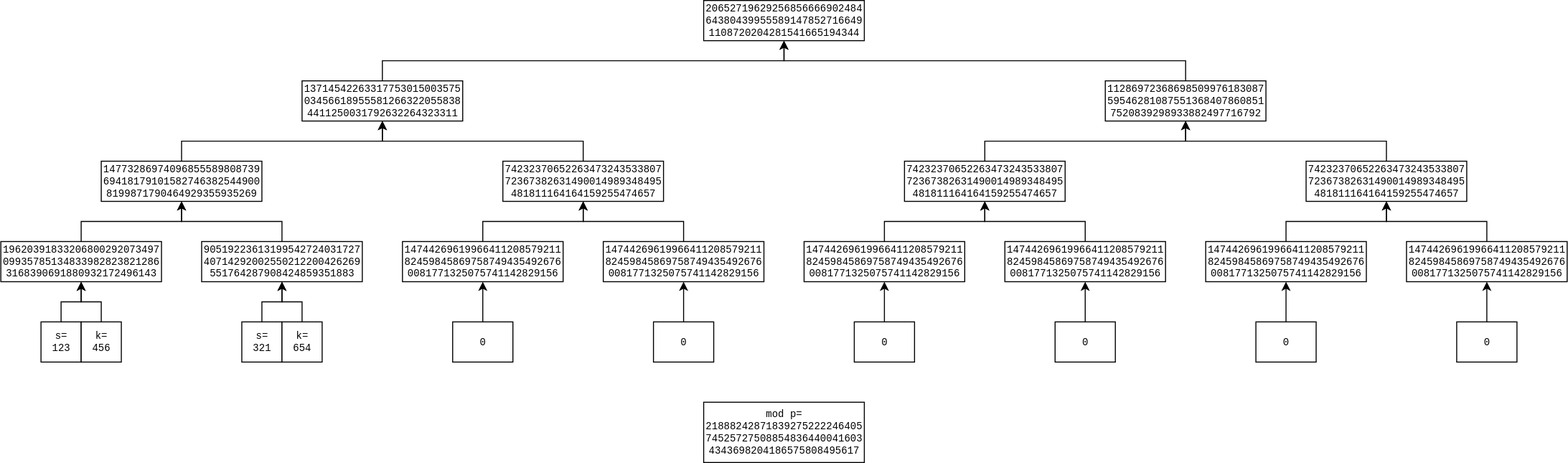
Before: 5/diag.drawio.svg, a diagram exported from draw.io (anon160339/bsd_lab). Source tidied: cells renumbered, new cells last; positions are measured from the earlier drawing's top-left corner, leaving out a move shared by most shapes.
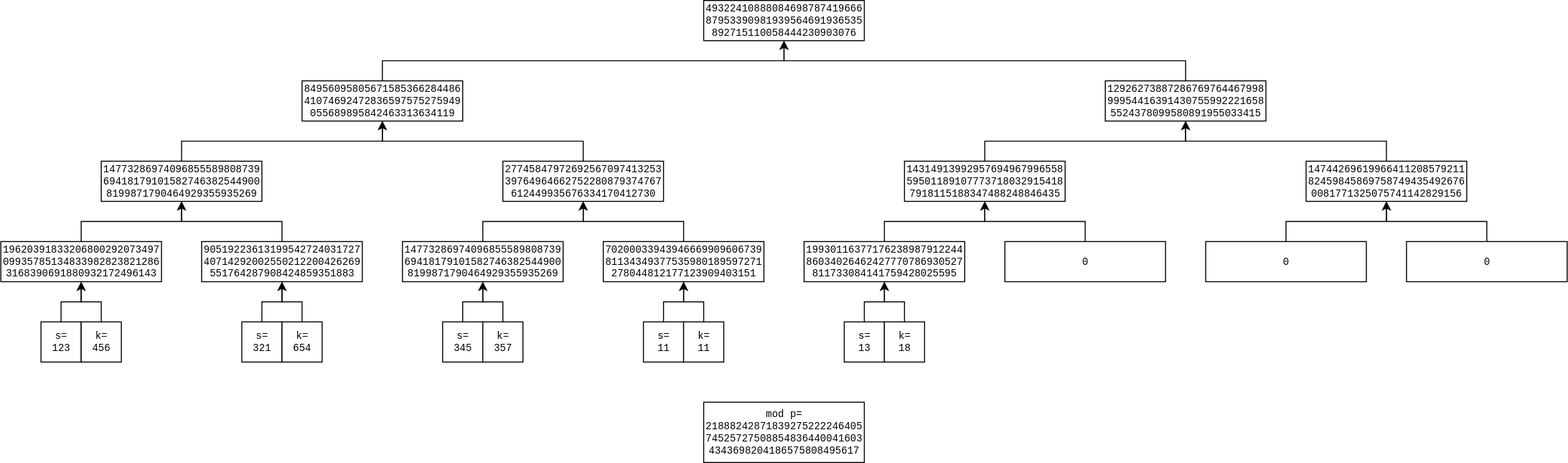
Above is the later version.

Diff of the diagram source:
```diff
@@ -22,11 +22,5 @@
     </mxCell>
-    <mxCell id="8" value="&lt;div&gt;14744269619966411208579211&lt;/div&gt;&lt;div&gt;82459845869758749435492676&lt;/div&gt;&lt;div&gt;0081771325075741142829156&lt;/div&gt;" style="align=center;verticalAlign=middle;fontSize=10;horizontal=1;labelBorderColor=none;labelBackgroundColor=none;textShadow=0;html=1;whiteSpace=wrap;convertToSvg=0;word-wrap:anywhere;fontFamily=monospace;" parent="1" vertex="1">
+    <mxCell id="8" value="&lt;div&gt;14773286974096855589808739&lt;/div&gt;&lt;div&gt;69418179101582746382544900&lt;/div&gt;&lt;div&gt;8199871790464929355935269&lt;/div&gt;" style="align=center;verticalAlign=middle;fontSize=10;horizontal=1;labelBorderColor=none;labelBackgroundColor=none;textShadow=0;html=1;whiteSpace=wrap;convertToSvg=0;word-wrap:anywhere;fontFamily=monospace;" parent="1" vertex="1">
       <mxGeometry x="400" y="240" width="160" height="40" as="geometry" />
     </mxCell>
-    <mxCell id="9" style="edgeStyle=orthogonalEdgeStyle;rounded=0;jettySize=auto;html=1;entryX=0.5;entryY=1;entryDx=0;entryDy=0;fontFamily=monospace;fontSize=10;fontColor=default;labelBorderColor=none;labelBackgroundColor=none;horizontal=1;" parent="1" edge="1" source="10" target="8">
-      <mxGeometry relative="1" as="geometry" />
-    </mxCell>
-    <mxCell id="10" value="0" style="align=center;verticalAlign=middle;fontSize=10;horizontal=1;labelBorderColor=none;labelBackgroundColor=none;textShadow=0;html=1;whiteSpace=wrap;convertToSvg=0;word-wrap:anywhere;fontFamily=monospace;" parent="1" vertex="1">
-      <mxGeometry x="450" y="320" width="60" height="40" as="geometry" />
-    </mxCell>
     <mxCell id="11" style="edgeStyle=orthogonalEdgeStyle;rounded=0;jettySize=auto;html=1;entryX=0.5;entryY=1;entryDx=0;entryDy=0;fontFamily=monospace;fontSize=10;fontColor=default;labelBorderColor=none;labelBackgroundColor=none;horizontal=1;" parent="1" edge="1" source="12" target="16">
@@ -63,3 +57,3 @@
     </mxCell>
-    <mxCell id="20" value="&lt;div&gt;14773286974096855589808739&lt;/div&gt;&lt;div&gt;69418179101582746382544900&lt;/div&gt;&lt;div&gt;8199871790464929355935269&lt;/div&gt;" style="align=center;verticalAlign=middle;fontSize=10;horizontal=1;labelBorderColor=none;labelBackgroundColor=none;textShadow=0;html=1;whiteSpace=wrap;convertToSvg=0;word-wrap:anywhere;fontFamily=monospace;" parent="1" vertex="1">
+    <mxCell id="20" value="14773286974096855589808739&lt;div&gt;69418179101582746382544900&lt;/div&gt;&lt;div&gt;8199871790464929355935269&lt;/div&gt;" style="align=center;verticalAlign=middle;fontSize=10;horizontal=1;labelBorderColor=none;labelBackgroundColor=none;textShadow=0;html=1;whiteSpace=wrap;convertToSvg=0;word-wrap:anywhere;fontFamily=monospace;" parent="1" vertex="1">
       <mxGeometry x="100" y="160" width="160" height="40" as="geometry" />
@@ -74,3 +68,3 @@
     </mxCell>
-    <mxCell id="22" value="&lt;div&gt;13714542263317753015003575&lt;/div&gt;&lt;div&gt;03456618955581266322055838&lt;/div&gt;&lt;div&gt;4411250031792632264323311&lt;/div&gt;" style="align=center;verticalAlign=middle;fontSize=10;horizontal=1;labelBorderColor=none;labelBackgroundColor=none;textShadow=0;html=1;whiteSpace=wrap;convertToSvg=0;word-wrap:anywhere;fontFamily=monospace;" parent="1" vertex="1">
+    <mxCell id="22" value="84956095805671585366284486&lt;div&gt;41074692472836597575275949&lt;/div&gt;&lt;div&gt;055689895842463313634119&lt;/div&gt;" style="align=center;verticalAlign=middle;fontSize=10;horizontal=1;labelBorderColor=none;labelBackgroundColor=none;textShadow=0;html=1;whiteSpace=wrap;convertToSvg=0;word-wrap:anywhere;fontFamily=monospace;" parent="1" vertex="1">
       <mxGeometry x="300" y="80" width="160" height="40" as="geometry" />
@@ -80,11 +74,5 @@
     </mxCell>
-    <mxCell id="24" value="&lt;div&gt;14744269619966411208579211&lt;/div&gt;&lt;div&gt;82459845869758749435492676&lt;/div&gt;&lt;div&gt;0081771325075741142829156&lt;/div&gt;" style="align=center;verticalAlign=middle;fontSize=10;horizontal=1;labelBorderColor=none;labelBackgroundColor=none;textShadow=0;html=1;whiteSpace=wrap;convertToSvg=0;word-wrap:anywhere;fontFamily=monospace;" parent="1" vertex="1">
+    <mxCell id="24" value="70200033943946669909606739&lt;div&gt;81134349377535980189597271&lt;/div&gt;&lt;div&gt;278044812177123909403151&lt;/div&gt;" style="align=center;verticalAlign=middle;fontSize=10;horizontal=1;labelBorderColor=none;labelBackgroundColor=none;textShadow=0;html=1;whiteSpace=wrap;convertToSvg=0;word-wrap:anywhere;fontFamily=monospace;" parent="1" vertex="1">
       <mxGeometry x="600" y="240" width="160" height="40" as="geometry" />
     </mxCell>
-    <mxCell id="25" style="edgeStyle=orthogonalEdgeStyle;rounded=0;jettySize=auto;html=1;entryX=0.5;entryY=1;entryDx=0;entryDy=0;fontFamily=monospace;fontSize=10;fontColor=default;labelBorderColor=none;labelBackgroundColor=none;horizontal=1;" parent="1" edge="1" source="26" target="24">
-      <mxGeometry relative="1" as="geometry" />
-    </mxCell>
-    <mxCell id="26" value="0" style="align=center;verticalAlign=middle;fontSize=10;horizontal=1;labelBorderColor=none;labelBackgroundColor=none;textShadow=0;html=1;whiteSpace=wrap;convertToSvg=0;word-wrap:anywhere;fontFamily=monospace;" parent="1" vertex="1">
-      <mxGeometry x="650" y="320" width="60" height="40" as="geometry" />
-    </mxCell>
     <mxCell id="27" style="edgeStyle=orthogonalEdgeStyle;rounded=0;jettySize=auto;html=1;entryX=0.5;entryY=1;entryDx=0;entryDy=0;fontFamily=monospace;fontSize=10;fontColor=default;labelBorderColor=none;labelBackgroundColor=none;horizontal=1;" parent="1" edge="1" source="28" target="22">
@@ -97,3 +85,3 @@
     </mxCell>
-    <mxCell id="28" value="&lt;div&gt;74232370652263473243533807&lt;/div&gt;&lt;div&gt;72367382631490014989348495&lt;/div&gt;&lt;div&gt;481811164164159255474657&lt;/div&gt;" style="align=center;verticalAlign=middle;fontSize=10;horizontal=1;labelBorderColor=none;labelBackgroundColor=none;textShadow=0;html=1;whiteSpace=wrap;convertToSvg=0;word-wrap:anywhere;fontFamily=monospace;" parent="1" vertex="1">
+    <mxCell id="28" value="27745847972692567097413253&lt;div&gt;39764964662752280879374767&lt;/div&gt;&lt;div&gt;612449935676334170412730&lt;/div&gt;" style="align=center;verticalAlign=middle;fontSize=10;horizontal=1;labelBorderColor=none;labelBackgroundColor=none;textShadow=0;html=1;whiteSpace=wrap;convertToSvg=0;word-wrap:anywhere;fontFamily=monospace;" parent="1" vertex="1">
       <mxGeometry x="500" y="160" width="160" height="40" as="geometry" />
@@ -103,11 +91,5 @@
     </mxCell>
-    <mxCell id="30" value="&lt;div&gt;14744269619966411208579211&lt;/div&gt;&lt;div&gt;82459845869758749435492676&lt;/div&gt;&lt;div&gt;0081771325075741142829156&lt;/div&gt;" style="align=center;verticalAlign=middle;fontSize=10;horizontal=1;labelBorderColor=none;labelBackgroundColor=none;textShadow=0;html=1;whiteSpace=wrap;convertToSvg=0;word-wrap:anywhere;fontFamily=monospace;" parent="1" vertex="1">
+    <mxCell id="30" value="&lt;div&gt;19930116377176238987912244&lt;/div&gt;&lt;div&gt;86034026462427770786930527&lt;/div&gt;&lt;div&gt;811733084141759428025595&lt;/div&gt;" style="align=center;verticalAlign=middle;fontSize=10;horizontal=1;labelBorderColor=none;labelBackgroundColor=none;textShadow=0;html=1;whiteSpace=wrap;convertToSvg=0;word-wrap:anywhere;fontFamily=monospace;" parent="1" vertex="1">
       <mxGeometry x="800" y="240" width="160" height="40" as="geometry" />
     </mxCell>
-    <mxCell id="31" style="edgeStyle=orthogonalEdgeStyle;rounded=0;jettySize=auto;html=1;entryX=0.5;entryY=1;entryDx=0;entryDy=0;fontFamily=monospace;fontSize=10;fontColor=default;labelBorderColor=none;labelBackgroundColor=none;horizontal=1;" parent="1" edge="1" source="32" target="30">
-      <mxGeometry relative="1" as="geometry" />
-    </mxCell>
-    <mxCell id="32" value="0" style="align=center;verticalAlign=middle;fontSize=10;horizontal=1;labelBorderColor=none;labelBackgroundColor=none;textShadow=0;html=1;whiteSpace=wrap;convertToSvg=0;word-wrap:anywhere;fontFamily=monospace;" parent="1" vertex="1">
-      <mxGeometry x="850" y="320" width="60" height="40" as="geometry" />
-    </mxCell>
     <mxCell id="33" style="edgeStyle=orthogonalEdgeStyle;rounded=0;jettySize=auto;html=1;entryX=0.5;entryY=1;entryDx=0;entryDy=0;fontFamily=monospace;fontSize=10;fontColor=default;labelBorderColor=none;labelBackgroundColor=none;horizontal=1;" parent="1" edge="1" source="34" target="38">
@@ -115,11 +97,5 @@
     </mxCell>
-    <mxCell id="34" value="&lt;div&gt;14744269619966411208579211&lt;/div&gt;&lt;div&gt;82459845869758749435492676&lt;/div&gt;&lt;div&gt;0081771325075741142829156&lt;/div&gt;" style="align=center;verticalAlign=middle;fontSize=10;horizontal=1;labelBorderColor=none;labelBackgroundColor=none;textShadow=0;html=1;whiteSpace=wrap;convertToSvg=0;word-wrap:anywhere;fontFamily=monospace;" parent="1" vertex="1">
+    <mxCell id="34" value="&lt;div&gt;0&lt;/div&gt;" style="align=center;verticalAlign=middle;fontSize=10;horizontal=1;labelBorderColor=none;labelBackgroundColor=none;textShadow=0;html=1;whiteSpace=wrap;convertToSvg=0;word-wrap:anywhere;fontFamily=monospace;" parent="1" vertex="1">
       <mxGeometry x="1000" y="240" width="160" height="40" as="geometry" />
     </mxCell>
-    <mxCell id="35" style="edgeStyle=orthogonalEdgeStyle;rounded=0;jettySize=auto;html=1;entryX=0.5;entryY=1;entryDx=0;entryDy=0;fontFamily=monospace;fontSize=10;fontColor=default;labelBorderColor=none;labelBackgroundColor=none;horizontal=1;" parent="1" edge="1" source="36" target="34">
-      <mxGeometry relative="1" as="geometry" />
-    </mxCell>
-    <mxCell id="36" value="0" style="align=center;verticalAlign=middle;fontSize=10;horizontal=1;labelBorderColor=none;labelBackgroundColor=none;textShadow=0;html=1;whiteSpace=wrap;convertToSvg=0;word-wrap:anywhere;fontFamily=monospace;" parent="1" vertex="1">
-      <mxGeometry x="1050" y="320" width="60" height="40" as="geometry" />
-    </mxCell>
     <mxCell id="37" style="edgeStyle=orthogonalEdgeStyle;rounded=0;jettySize=auto;html=1;entryX=0.5;entryY=1;entryDx=0;entryDy=0;fontFamily=monospace;fontSize=10;fontColor=default;labelBorderColor=none;labelBackgroundColor=none;horizontal=1;" parent="1" edge="1" source="38" target="50">
@@ -132,3 +108,3 @@
     </mxCell>
-    <mxCell id="38" value="&lt;div&gt;74232370652263473243533807&lt;/div&gt;&lt;div&gt;72367382631490014989348495&lt;/div&gt;&lt;div&gt;481811164164159255474657&lt;/div&gt;" style="align=center;verticalAlign=middle;fontSize=10;horizontal=1;labelBorderColor=none;labelBackgroundColor=none;textShadow=0;html=1;whiteSpace=wrap;convertToSvg=0;word-wrap:anywhere;fontFamily=monospace;" parent="1" vertex="1">
+    <mxCell id="38" value="14314913992957694967996558&lt;div&gt;59501189107773718032915418&lt;/div&gt;&lt;div&gt;7918115188347488248846435&lt;/div&gt;" style="align=center;verticalAlign=middle;fontSize=10;horizontal=1;labelBorderColor=none;labelBackgroundColor=none;textShadow=0;html=1;whiteSpace=wrap;convertToSvg=0;word-wrap:anywhere;fontFamily=monospace;" parent="1" vertex="1">
       <mxGeometry x="900" y="160" width="160" height="40" as="geometry" />
@@ -138,11 +114,5 @@
     </mxCell>
-    <mxCell id="40" value="&lt;div&gt;14744269619966411208579211&lt;/div&gt;&lt;div&gt;82459845869758749435492676&lt;/div&gt;&lt;div&gt;0081771325075741142829156&lt;/div&gt;" style="align=center;verticalAlign=middle;fontSize=10;horizontal=1;labelBorderColor=none;labelBackgroundColor=none;textShadow=0;html=1;whiteSpace=wrap;convertToSvg=0;word-wrap:anywhere;fontFamily=monospace;" parent="1" vertex="1">
+    <mxCell id="40" value="&lt;div&gt;0&lt;/div&gt;" style="align=center;verticalAlign=middle;fontSize=10;horizontal=1;labelBorderColor=none;labelBackgroundColor=none;textShadow=0;html=1;whiteSpace=wrap;convertToSvg=0;word-wrap:anywhere;fontFamily=monospace;" parent="1" vertex="1">
       <mxGeometry x="1200" y="240" width="160" height="40" as="geometry" />
     </mxCell>
-    <mxCell id="41" style="edgeStyle=orthogonalEdgeStyle;rounded=0;jettySize=auto;html=1;entryX=0.5;entryY=1;entryDx=0;entryDy=0;fontFamily=monospace;fontSize=10;fontColor=default;labelBorderColor=none;labelBackgroundColor=none;horizontal=1;" parent="1" edge="1" source="42" target="40">
-      <mxGeometry relative="1" as="geometry" />
-    </mxCell>
-    <mxCell id="42" value="0" style="align=center;verticalAlign=middle;fontSize=10;horizontal=1;labelBorderColor=none;labelBackgroundColor=none;textShadow=0;html=1;whiteSpace=wrap;convertToSvg=0;word-wrap:anywhere;fontFamily=monospace;" parent="1" vertex="1">
-      <mxGeometry x="1250" y="320" width="60" height="40" as="geometry" />
-    </mxCell>
     <mxCell id="43" style="edgeStyle=orthogonalEdgeStyle;rounded=0;jettySize=auto;html=1;entryX=0.5;entryY=1;entryDx=0;entryDy=0;fontFamily=monospace;fontSize=10;fontColor=default;labelBorderColor=none;labelBackgroundColor=none;horizontal=1;" parent="1" edge="1" source="44" target="48">
@@ -150,11 +120,5 @@
     </mxCell>
-    <mxCell id="44" value="&lt;div&gt;14744269619966411208579211&lt;/div&gt;&lt;div&gt;82459845869758749435492676&lt;/div&gt;&lt;div&gt;0081771325075741142829156&lt;/div&gt;" style="align=center;verticalAlign=middle;fontSize=10;horizontal=1;labelBorderColor=none;labelBackgroundColor=none;textShadow=0;html=1;whiteSpace=wrap;convertToSvg=0;word-wrap:anywhere;fontFamily=monospace;" parent="1" vertex="1">
+    <mxCell id="44" value="&lt;div&gt;0&lt;/div&gt;" style="align=center;verticalAlign=middle;fontSize=10;horizontal=1;labelBorderColor=none;labelBackgroundColor=none;textShadow=0;html=1;whiteSpace=wrap;convertToSvg=0;word-wrap:anywhere;fontFamily=monospace;" parent="1" vertex="1">
       <mxGeometry x="1400" y="240" width="160" height="40" as="geometry" />
     </mxCell>
-    <mxCell id="45" style="edgeStyle=orthogonalEdgeStyle;rounded=0;jettySize=auto;html=1;entryX=0.5;entryY=1;entryDx=0;entryDy=0;fontFamily=monospace;fontSize=10;fontColor=default;labelBorderColor=none;labelBackgroundColor=none;horizontal=1;" parent="1" edge="1" source="46" target="44">
-      <mxGeometry relative="1" as="geometry" />
-    </mxCell>
-    <mxCell id="46" value="0" style="align=center;verticalAlign=middle;fontSize=10;horizontal=1;labelBorderColor=none;labelBackgroundColor=none;textShadow=0;html=1;whiteSpace=wrap;convertToSvg=0;word-wrap:anywhere;fontFamily=monospace;" parent="1" vertex="1">
-      <mxGeometry x="1450" y="320" width="60" height="40" as="geometry" />
-    </mxCell>
     <mxCell id="47" style="edgeStyle=orthogonalEdgeStyle;rounded=0;jettySize=auto;html=1;entryX=0.5;entryY=1;entryDx=0;entryDy=0;fontFamily=monospace;fontSize=10;fontColor=default;labelBorderColor=none;labelBackgroundColor=none;horizontal=1;" parent="1" edge="1" source="48" target="50">
@@ -167,3 +131,3 @@
     </mxCell>
-    <mxCell id="48" value="&lt;div&gt;74232370652263473243533807&lt;/div&gt;&lt;div&gt;72367382631490014989348495&lt;/div&gt;&lt;div&gt;481811164164159255474657&lt;/div&gt;" style="align=center;verticalAlign=middle;fontSize=10;horizontal=1;labelBorderColor=none;labelBackgroundColor=none;textShadow=0;html=1;whiteSpace=wrap;convertToSvg=0;word-wrap:anywhere;fontFamily=monospace;" parent="1" vertex="1">
+    <mxCell id="48" value="14744269619966411208579211&lt;div&gt;82459845869758749435492676&lt;/div&gt;&lt;div&gt;0081771325075741142829156&lt;/div&gt;" style="align=center;verticalAlign=middle;fontSize=10;horizontal=1;labelBorderColor=none;labelBackgroundColor=none;textShadow=0;html=1;whiteSpace=wrap;convertToSvg=0;word-wrap:anywhere;fontFamily=monospace;" parent="1" vertex="1">
       <mxGeometry x="1300" y="160" width="160" height="40" as="geometry" />
@@ -178,8 +142,44 @@
     </mxCell>
-    <mxCell id="50" value="&lt;div&gt;11286972368698509976183087&lt;/div&gt;&lt;div&gt;59546281087551368407860851&lt;/div&gt;&lt;div&gt;7520839298933882497716792&lt;/div&gt;" style="align=center;verticalAlign=middle;fontSize=10;horizontal=1;labelBorderColor=none;labelBackgroundColor=none;textShadow=0;html=1;whiteSpace=wrap;convertToSvg=0;word-wrap:anywhere;fontFamily=monospace;" parent="1" vertex="1">
+    <mxCell id="50" value="12926273887286769764467998&lt;div&gt;99954416391430755992221658&lt;/div&gt;&lt;div&gt;5524378099580891955033415&lt;/div&gt;" style="align=center;verticalAlign=middle;fontSize=10;horizontal=1;labelBorderColor=none;labelBackgroundColor=none;textShadow=0;html=1;whiteSpace=wrap;convertToSvg=0;word-wrap:anywhere;fontFamily=monospace;" parent="1" vertex="1">
       <mxGeometry x="1100" y="80" width="160" height="40" as="geometry" />
     </mxCell>
-    <mxCell id="51" value="&lt;div&gt;20652719629256856666902484&lt;/div&gt;&lt;div&gt;64380439955589147852716649&lt;/div&gt;&lt;div&gt;1108720204281541665194344&lt;/div&gt;" style="align=center;verticalAlign=middle;fontSize=10;horizontal=1;labelBorderColor=none;labelBackgroundColor=none;textShadow=0;html=1;whiteSpace=wrap;convertToSvg=0;word-wrap:anywhere;fontFamily=monospace;" parent="1" vertex="1">
+    <mxCell id="51" value="49322410888084698787419666&lt;div&gt;87953390981939564691936535&lt;/div&gt;&lt;div&gt;892715110058444230903076&lt;/div&gt;" style="align=center;verticalAlign=middle;fontSize=10;horizontal=1;labelBorderColor=none;labelBackgroundColor=none;textShadow=0;html=1;whiteSpace=wrap;convertToSvg=0;word-wrap:anywhere;fontFamily=monospace;" parent="1" vertex="1">
       <mxGeometry x="700" width="160" height="40" as="geometry" />
     </mxCell>
+    <mxCell id="52" style="edgeStyle=orthogonalEdgeStyle;rounded=0;jettySize=auto;html=1;entryX=0.5;entryY=1;entryDx=0;entryDy=0;fontFamily=monospace;fontSize=10;fontColor=default;labelBorderColor=none;labelBackgroundColor=none;horizontal=1;" parent="1" edge="1" source="53" target="8">
+      <mxGeometry relative="1" as="geometry" />
+    </mxCell>
+    <mxCell id="53" value="&lt;div&gt;s=&lt;/div&gt;345" style="align=center;verticalAlign=middle;fontSize=10;horizontal=1;labelBorderColor=none;labelBackgroundColor=none;textShadow=0;html=1;whiteSpace=wrap;convertToSvg=0;word-wrap:anywhere;fontFamily=monospace;" parent="1" vertex="1">
+      <mxGeometry x="440" y="320" width="40" height="40" as="geometry" />
+    </mxCell>
+    <mxCell id="54" style="edgeStyle=orthogonalEdgeStyle;rounded=0;jettySize=auto;html=1;entryX=0.5;entryY=1;entryDx=0;entryDy=0;fontFamily=monospace;fontSize=10;fontColor=default;labelBorderColor=none;labelBackgroundColor=none;horizontal=1;" parent="1" edge="1" source="55" target="8">
+      <mxGeometry relative="1" as="geometry" />
+    </mxCell>
+    <mxCell id="55" value="&lt;div&gt;k=&lt;/div&gt;357" style="align=center;verticalAlign=middle;fontSize=10;horizontal=1;labelBorderColor=none;labelBackgroundColor=none;textShadow=0;html=1;whiteSpace=wrap;convertToSvg=0;word-wrap:anywhere;fontFamily=monospace;" parent="1" vertex="1">
+      <mxGeometry x="480" y="320" width="40" height="40" as="geometry" />
+    </mxCell>
+    <mxCell id="56" style="edgeStyle=orthogonalEdgeStyle;rounded=0;jettySize=auto;html=1;entryX=0.5;entryY=1;entryDx=0;entryDy=0;fontFamily=monospace;fontSize=10;fontColor=default;labelBorderColor=none;labelBackgroundColor=none;horizontal=1;" parent="1" edge="1" source="57" target="24">
+      <mxGeometry relative="1" as="geometry" />
+    </mxCell>
+    <mxCell id="57" value="&lt;div&gt;s=&lt;/div&gt;11" style="align=center;verticalAlign=middle;fontSize=10;horizontal=1;labelBorderColor=none;labelBackgroundColor=none;textShadow=0;html=1;whiteSpace=wrap;convertToSvg=0;word-wrap:anywhere;fontFamily=monospace;" parent="1" vertex="1">
+      <mxGeometry x="640" y="320" width="40" height="40" as="geometry" />
+    </mxCell>
+    <mxCell id="58" style="edgeStyle=orthogonalEdgeStyle;rounded=0;jettySize=auto;html=1;entryX=0.5;entryY=1;entryDx=0;entryDy=0;fontFamily=monospace;fontSize=10;fontColor=default;labelBorderColor=none;labelBackgroundColor=none;horizontal=1;" parent="1" edge="1" source="59" target="24">
+      <mxGeometry relative="1" as="geometry" />
+    </mxCell>
+    <mxCell id="59" value="&lt;div&gt;k=&lt;/div&gt;11" style="align=center;verticalAlign=middle;fontSize=10;horizontal=1;labelBorderColor=none;labelBackgroundColor=none;textShadow=0;html=1;whiteSpace=wrap;convertToSvg=0;word-wrap:anywhere;fontFamily=monospace;" parent="1" vertex="1">
+      <mxGeometry x="680" y="320" width="40" height="40" as="geometry" />
+    </mxCell>
+    <mxCell id="60" style="edgeStyle=orthogonalEdgeStyle;rounded=0;jettySize=auto;html=1;entryX=0.5;entryY=1;entryDx=0;entryDy=0;fontFamily=monospace;fontSize=10;fontColor=default;labelBorderColor=none;labelBackgroundColor=none;horizontal=1;" parent="1" edge="1" source="61" target="30">
+      <mxGeometry relative="1" as="geometry" />
+    </mxCell>
+    <mxCell id="61" value="&lt;div&gt;s=&lt;/div&gt;13" style="align=center;verticalAlign=middle;fontSize=10;horizontal=1;labelBorderColor=none;labelBackgroundColor=none;textShadow=0;html=1;whiteSpace=wrap;convertToSvg=0;word-wrap:anywhere;fontFamily=monospace;" parent="1" vertex="1">
+      <mxGeometry x="840" y="320" width="40" height="40" as="geometry" />
+    </mxCell>
+    <mxCell id="62" style="edgeStyle=orthogonalEdgeStyle;rounded=0;jettySize=auto;html=1;entryX=0.5;entryY=1;entryDx=0;entryDy=0;fontFamily=monospace;fontSize=10;fontColor=default;labelBorderColor=none;labelBackgroundColor=none;horizontal=1;" parent="1" edge="1" source="63" target="30">
+      <mxGeometry relative="1" as="geometry" />
+    </mxCell>
+    <mxCell id="63" value="&lt;div&gt;k=&lt;/div&gt;18" style="align=center;verticalAlign=middle;fontSize=10;horizontal=1;labelBorderColor=none;labelBackgroundColor=none;textShadow=0;html=1;whiteSpace=wrap;convertToSvg=0;word-wrap:anywhere;fontFamily=monospace;" parent="1" vertex="1">
+      <mxGeometry x="880" y="320" width="40" height="40" as="geometry" />
+    </mxCell>
   </root>
```
